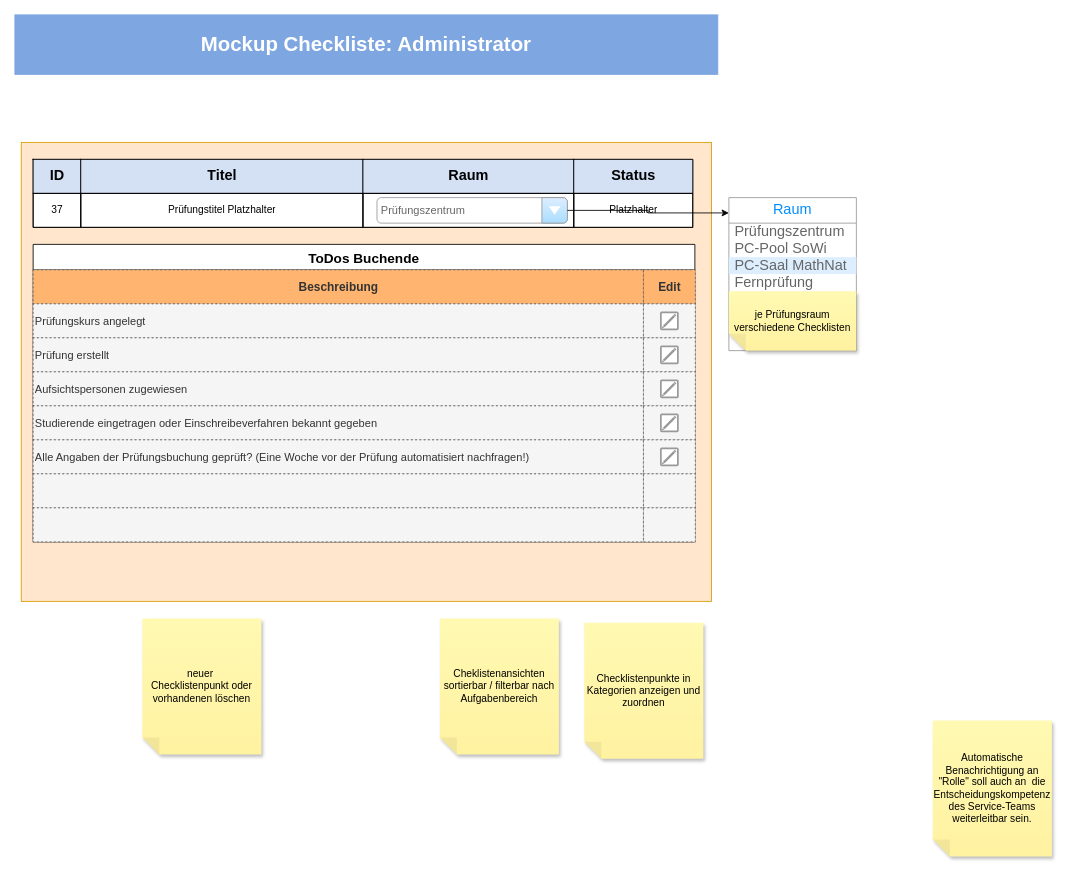
This is page "Checkliste" (1 of 2) of Administrator.drawio from melanietreitinger/buchungstool, a draw.io file, before an edit. Source tidied: cells renumbered, new cells numbered last; positions are measured from the earlier drawing's top-left corner, leaving out a move shared by most shapes. Both pictures are drawn from the tidied source at 85%, with x=0, y=0 at pixel (14, 14).
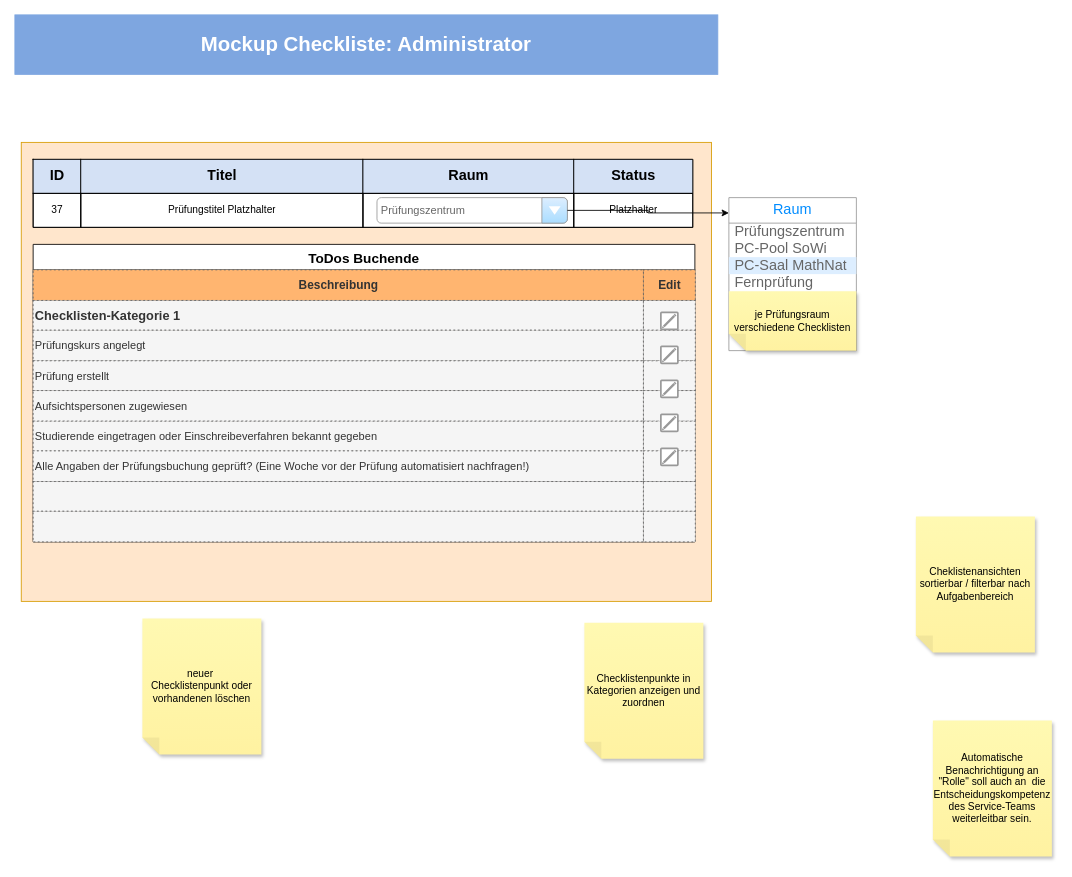
Above is the later version.

The change refers to these unchanged cells:
```xml
<mxCell id="15" value="ToDos Buchende" style="shape=table;startSize=30;childLayout=tableLayout;fontStyle=1;fontSize=16;" parent="1" vertex="1">
  <mxGeometry x="21.5" y="270" width="778.5" height="350" as="geometry" />
</mxCell>
```

What changed in the source:
```diff
@@
     <mxCell id="16" style="shape=tableRow;horizontal=0;startSize=0;swimlaneHead=0;swimlaneBody=0;strokeColor=inherit;top=0;left=0;bottom=0;right=0;fillColor=none;" parent="15" vertex="1">
-      <mxGeometry y="30" width="778.5" height="40" as="geometry" />
+      <mxGeometry y="30" width="778.5" height="36" as="geometry" />
     </mxCell>
     <mxCell id="17" value="Beschreibung" style="shape=partialRectangle;html=1;whiteSpace=wrap;strokeColor=#666666;overflow=hidden;fillColor=#FFB570;top=1;left=1;bottom=1;right=1;fontColor=#333333;dashed=1;dashPattern=1 4;fontSize=14;fontStyle=1;" parent="16" vertex="1">
-      <mxGeometry width="718" height="40" as="geometry" />
+      <mxGeometry width="718" height="36" as="geometry" />
     </mxCell>
     <mxCell id="18" value="Edit" style="shape=partialRectangle;html=1;whiteSpace=wrap;strokeColor=#666666;overflow=hidden;fillColor=#FFB570;top=1;left=1;bottom=1;right=1;fontColor=#333333;dashed=1;dashPattern=1 4;fontSize=14;fontStyle=1;" parent="16" vertex="1">
-      <mxGeometry x="718" width="61" height="40" as="geometry" />
+      <mxGeometry x="718" width="61" height="36" as="geometry" />
     </mxCell>
+    <mxCell id="57" style="shape=tableRow;horizontal=0;startSize=0;swimlaneHead=0;swimlaneBody=0;strokeColor=inherit;top=0;left=0;bottom=0;right=0;fillColor=none;" parent="15" vertex="1">
+      <mxGeometry y="66" width="778.5" height="35" as="geometry" />
+    </mxCell>
+    <mxCell id="58" value="&lt;font style=&quot;font-size: 15px;&quot;&gt;&lt;b&gt;Checklisten-Kategorie 1&lt;/b&gt;&lt;/font&gt;" style="shape=partialRectangle;html=1;whiteSpace=wrap;strokeColor=#666666;overflow=hidden;fillColor=#f5f5f5;top=1;left=1;bottom=1;right=1;fontColor=#333333;dashed=1;dashPattern=1 4;align=left;fontSize=13;" parent="57" vertex="1">
+      <mxGeometry width="718" height="35" as="geometry" />
+    </mxCell>
+    <mxCell id="59" style="shape=partialRectangle;html=1;whiteSpace=wrap;strokeColor=#666666;overflow=hidden;fillColor=#f5f5f5;top=1;left=1;bottom=1;right=1;fontColor=#333333;dashed=1;dashPattern=1 4;align=left;fontSize=13;" parent="57" vertex="1">
+      <mxGeometry x="718" width="61" height="35" as="geometry" />
+    </mxCell>
     <mxCell id="19" style="shape=tableRow;horizontal=0;startSize=0;swimlaneHead=0;swimlaneBody=0;strokeColor=inherit;top=0;left=0;bottom=0;right=0;fillColor=none;" parent="15" vertex="1">
-      <mxGeometry y="70" width="778.5" height="40" as="geometry" />
+      <mxGeometry y="101" width="778.5" height="36" as="geometry" />
     </mxCell>
     <mxCell id="20" value="Prüfungskurs angelegt" style="shape=partialRectangle;html=1;whiteSpace=wrap;strokeColor=#666666;overflow=hidden;fillColor=#f5f5f5;top=1;left=1;bottom=1;right=1;fontColor=#333333;dashed=1;dashPattern=1 4;align=left;fontSize=13;" parent="19" vertex="1">
-      <mxGeometry width="718" height="40" as="geometry" />
+      <mxGeometry width="718" height="36" as="geometry" />
     </mxCell>
     <mxCell id="21" style="shape=partialRectangle;html=1;whiteSpace=wrap;strokeColor=#666666;overflow=hidden;fillColor=#f5f5f5;top=1;left=1;bottom=1;right=1;fontColor=#333333;dashed=1;dashPattern=1 4;align=left;fontSize=13;" parent="19" vertex="1">
-      <mxGeometry x="718" width="61" height="40" as="geometry" />
+      <mxGeometry x="718" width="61" height="36" as="geometry" />
     </mxCell>
     <mxCell id="22" style="shape=tableRow;horizontal=0;startSize=0;swimlaneHead=0;swimlaneBody=0;strokeColor=inherit;top=0;left=0;bottom=0;right=0;fillColor=none;" parent="15" vertex="1">
-      <mxGeometry y="110" width="778.5" height="40" as="geometry" />
+      <mxGeometry y="137" width="778.5" height="35" as="geometry" />
     </mxCell>
     <mxCell id="23" value="Prüfung erstellt" style="shape=partialRectangle;html=1;whiteSpace=wrap;strokeColor=#666666;overflow=hidden;fillColor=#f5f5f5;top=1;left=1;bottom=1;right=1;fontColor=#333333;dashed=1;dashPattern=1 4;align=left;fontSize=13;" parent="22" vertex="1">
-      <mxGeometry width="718" height="40" as="geometry" />
+      <mxGeometry width="718" height="35" as="geometry" />
     </mxCell>
     <mxCell id="24" style="shape=partialRectangle;html=1;whiteSpace=wrap;strokeColor=#666666;overflow=hidden;fillColor=#f5f5f5;top=1;left=1;bottom=1;right=1;fontColor=#333333;dashed=1;dashPattern=1 4;align=left;fontSize=13;" parent="22" vertex="1">
-      <mxGeometry x="718" width="61" height="40" as="geometry" />
+      <mxGeometry x="718" width="61" height="35" as="geometry" />
     </mxCell>
     <mxCell id="25" style="shape=tableRow;horizontal=0;startSize=0;swimlaneHead=0;swimlaneBody=0;strokeColor=inherit;top=0;left=0;bottom=0;right=0;fillColor=none;" parent="15" vertex="1">
-      <mxGeometry y="150" width="778.5" height="40" as="geometry" />
+      <mxGeometry y="172" width="778.5" height="36" as="geometry" />
     </mxCell>
     <mxCell id="26" value="Aufsichtspersonen zugewiesen" style="shape=partialRectangle;html=1;whiteSpace=wrap;strokeColor=#666666;overflow=hidden;fillColor=#f5f5f5;top=1;left=1;bottom=1;right=1;fontColor=#333333;dashed=1;dashPattern=1 4;align=left;fontSize=13;" parent="25" vertex="1">
-      <mxGeometry width="718" height="40" as="geometry" />
+      <mxGeometry width="718" height="36" as="geometry" />
     </mxCell>
     <mxCell id="27" style="shape=partialRectangle;html=1;whiteSpace=wrap;strokeColor=#666666;overflow=hidden;fillColor=#f5f5f5;top=1;left=1;bottom=1;right=1;fontColor=#333333;dashed=1;dashPattern=1 4;align=left;fontSize=13;" parent="25" vertex="1">
-      <mxGeometry x="718" width="61" height="40" as="geometry" />
+      <mxGeometry x="718" width="61" height="36" as="geometry" />
     </mxCell>
     <mxCell id="28" style="shape=tableRow;horizontal=0;startSize=0;swimlaneHead=0;swimlaneBody=0;strokeColor=inherit;top=0;left=0;bottom=0;right=0;fillColor=none;" parent="15" vertex="1">
-      <mxGeometry y="190" width="778.5" height="40" as="geometry" />
+      <mxGeometry y="208" width="778.5" height="35" as="geometry" />
     </mxCell>
     <mxCell id="29" value="Studierende eingetragen oder Einschreibeverfahren bekannt gegeben" style="shape=partialRectangle;html=1;whiteSpace=wrap;strokeColor=#666666;overflow=hidden;fillColor=#f5f5f5;top=1;left=1;bottom=1;right=1;fontColor=#333333;dashed=1;dashPattern=1 4;align=left;fontSize=13;" parent="28" vertex="1">
-      <mxGeometry width="718" height="40" as="geometry" />
+      <mxGeometry width="718" height="35" as="geometry" />
     </mxCell>
     <mxCell id="30" style="shape=partialRectangle;html=1;whiteSpace=wrap;strokeColor=#666666;overflow=hidden;fillColor=#f5f5f5;top=1;left=1;bottom=1;right=1;fontColor=#333333;dashed=1;dashPattern=1 4;align=left;fontSize=13;" parent="28" vertex="1">
-      <mxGeometry x="718" width="61" height="40" as="geometry" />
+      <mxGeometry x="718" width="61" height="35" as="geometry" />
     </mxCell>
     <mxCell id="31" style="shape=tableRow;horizontal=0;startSize=0;swimlaneHead=0;swimlaneBody=0;strokeColor=inherit;top=0;left=0;bottom=0;right=0;fillColor=none;" parent="15" vertex="1">
-      <mxGeometry y="230" width="778.5" height="40" as="geometry" />
+      <mxGeometry y="243" width="778.5" height="36" as="geometry" />
     </mxCell>
     <mxCell id="32" value="Alle Angaben der Prüfungsbuchung geprüft? (Eine Woche vor der Prüfung automatisiert nachfragen!)" style="shape=partialRectangle;html=1;whiteSpace=wrap;strokeColor=#666666;overflow=hidden;fillColor=#f5f5f5;top=1;left=1;bottom=1;right=1;fontColor=#333333;dashed=1;dashPattern=1 4;align=left;fontSize=13;" parent="31" vertex="1">
-      <mxGeometry width="718" height="40" as="geometry" />
+      <mxGeometry width="718" height="36" as="geometry" />
     </mxCell>
     <mxCell id="33" style="shape=partialRectangle;html=1;whiteSpace=wrap;strokeColor=#666666;overflow=hidden;fillColor=#f5f5f5;top=1;left=1;bottom=1;right=1;fontColor=#333333;dashed=1;dashPattern=1 4;align=left;fontSize=13;" parent="31" vertex="1">
-      <mxGeometry x="718" width="61" height="40" as="geometry" />
+      <mxGeometry x="718" width="61" height="36" as="geometry" />
     </mxCell>
     <mxCell id="34" style="shape=tableRow;horizontal=0;startSize=0;swimlaneHead=0;swimlaneBody=0;strokeColor=inherit;top=0;left=0;bottom=0;right=0;fillColor=none;" parent="15" vertex="1">
-      <mxGeometry y="270" width="778.5" height="40" as="geometry" />
+      <mxGeometry y="279" width="778.5" height="35" as="geometry" />
     </mxCell>
     <mxCell id="35" style="shape=partialRectangle;html=1;whiteSpace=wrap;strokeColor=#666666;overflow=hidden;fillColor=#f5f5f5;top=1;left=1;bottom=1;right=1;fontColor=#333333;dashed=1;dashPattern=1 4;align=left;fontSize=13;" parent="34" vertex="1">
-      <mxGeometry width="718" height="40" as="geometry" />
+      <mxGeometry width="718" height="35" as="geometry" />
     </mxCell>
     <mxCell id="36" style="shape=partialRectangle;html=1;whiteSpace=wrap;strokeColor=#666666;overflow=hidden;fillColor=#f5f5f5;top=1;left=1;bottom=1;right=1;fontColor=#333333;dashed=1;dashPattern=1 4;align=left;fontSize=13;" parent="34" vertex="1">
-      <mxGeometry x="718" width="61" height="40" as="geometry" />
+      <mxGeometry x="718" width="61" height="35" as="geometry" />
     </mxCell>
     <mxCell id="37" style="shape=tableRow;horizontal=0;startSize=0;swimlaneHead=0;swimlaneBody=0;strokeColor=inherit;top=0;left=0;bottom=0;right=0;fillColor=none;" parent="15" vertex="1">
-      <mxGeometry y="310" width="778.5" height="40" as="geometry" />
+      <mxGeometry y="314" width="778.5" height="36" as="geometry" />
     </mxCell>
     <mxCell id="38" style="shape=partialRectangle;html=1;whiteSpace=wrap;strokeColor=#666666;overflow=hidden;fillColor=#f5f5f5;top=1;left=1;bottom=1;right=1;fontColor=#333333;dashed=1;dashPattern=1 4;align=left;fontSize=13;" parent="37" vertex="1">
-      <mxGeometry width="718" height="40" as="geometry" />
+      <mxGeometry width="718" height="36" as="geometry" />
     </mxCell>
     <mxCell id="39" style="shape=partialRectangle;html=1;whiteSpace=wrap;strokeColor=#666666;overflow=hidden;fillColor=#f5f5f5;top=1;left=1;bottom=1;right=1;fontColor=#333333;dashed=1;dashPattern=1 4;align=left;fontSize=13;" parent="37" vertex="1">
-      <mxGeometry x="718" width="61" height="40" as="geometry" />
+      <mxGeometry x="718" width="61" height="36" as="geometry" />
     </mxCell>
@@
     <mxCell id="47" value="Cheklistenansichten sortierbar / filterbar nach Aufgabenbereich" style="shape=note;whiteSpace=wrap;html=1;backgroundOutline=1;fontColor=#000000;darkOpacity=0.05;fillColor=#FFF9B2;strokeColor=none;fillStyle=solid;direction=west;gradientDirection=north;gradientColor=#FFF2A1;shadow=1;size=20;" parent="1" vertex="1">
-      <mxGeometry x="500" y="710" width="140" height="160" as="geometry" />
+      <mxGeometry x="1060" y="590" width="140" height="160" as="geometry" />
     </mxCell>
```
